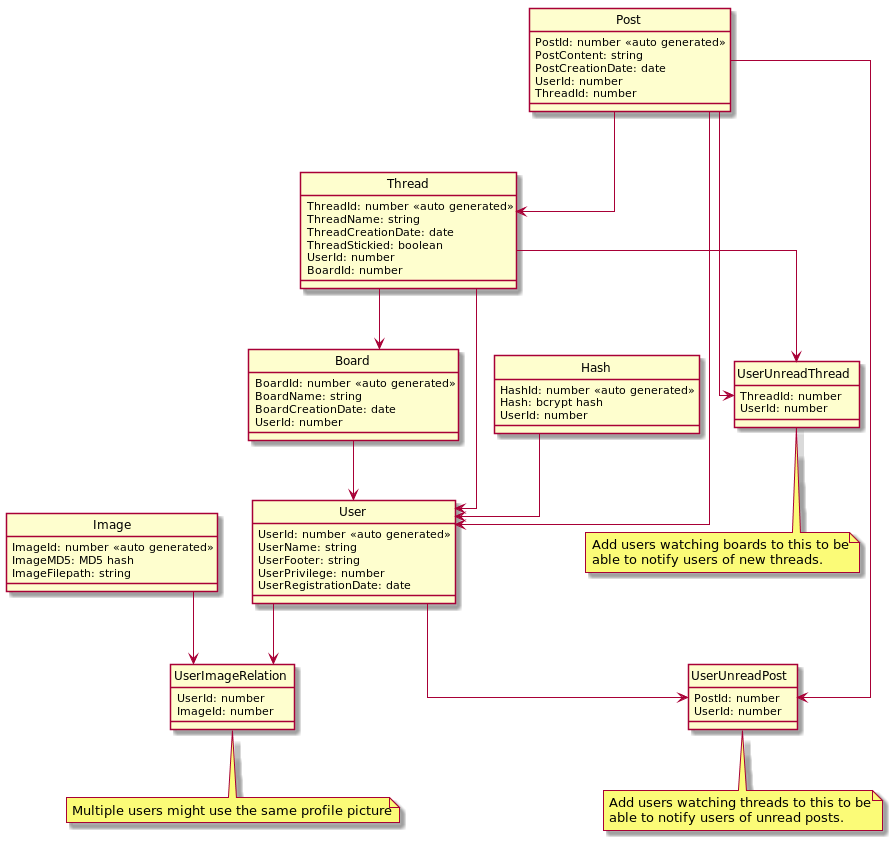
Earlier version of the PlantUML export docs/misc/img/database.png (depsterr/slutprojektWSP21).
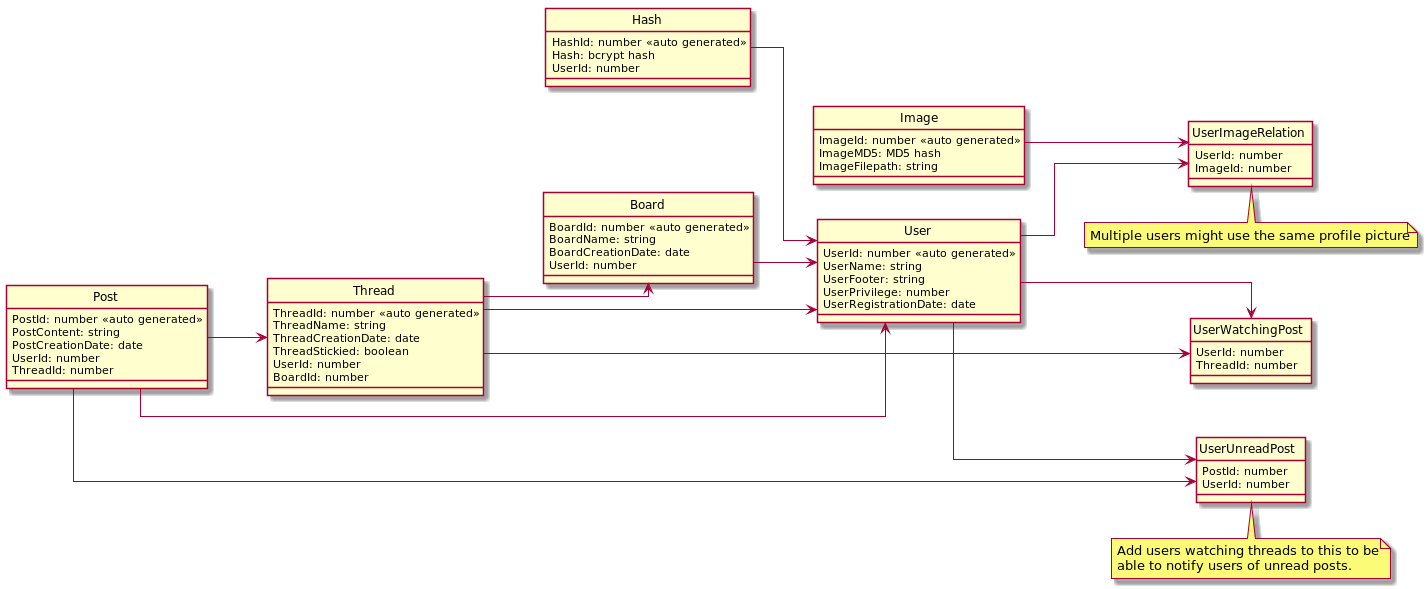
Later version of the same file.

Commit message:
updated database layout

Diff of the diagram source:
```diff
@@ -2,6 +2,7 @@
 
 hide circle
 skinparam linetype ortho
+left to right direction
 
 entity "User" as user {
 	UserId: number <<auto generated>>
@@ -67,6 +68,14 @@
 post --> user
 post --> thread
 
+entity "UserWatchingPost" as userwatchingthread {
+	UserId: number
+	ThreadId: number
+}
+
+user --> userwatchingthread
+thread --> userwatchingthread
+
 entity "UserUnreadPost" as userunreadpost {
 	PostId: number
 	UserId: number
@@ -80,17 +89,4 @@
 able to notify users of unread posts.
 endnote
 
-entity "UserUnreadThread" as userunreadthread {
-	ThreadId: number
-	UserId: number
-}
-
-post --> userunreadthread
-thread --> userunreadthread
-
-note bottom
-Add users watching boards to this to be
-able to notify users of new threads.
-end note
-
 @enduml
```
